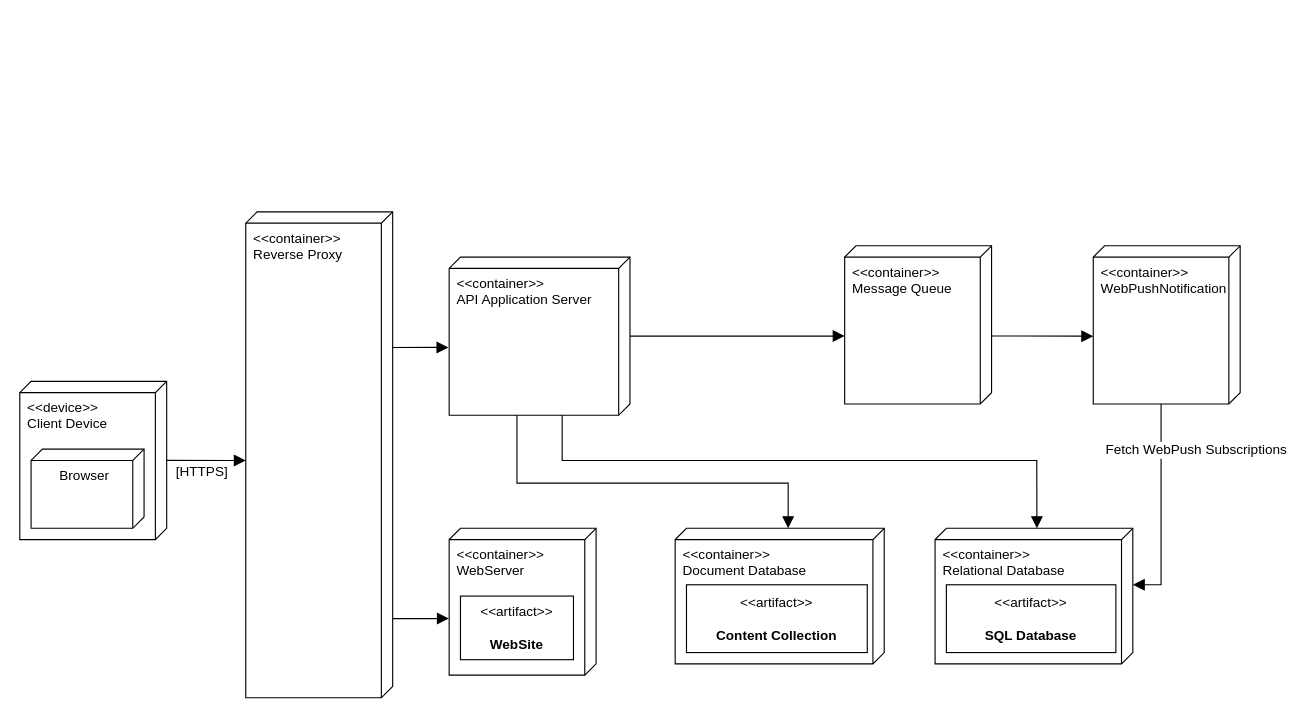
The draw.io diagram page "HDeploymentDiagramUML" (3 of 10) of coffeeBreak.drawio in PI-coffeeBreak/diagrams, before the edit. Source tidied: cells renumbered, new cells numbered last; positions are measured from the earlier drawing's top-left corner, leaving out a move shared by most shapes. Both pictures are drawn from the tidied source at 113%, with x=0, y=0 at pixel (19, 211).
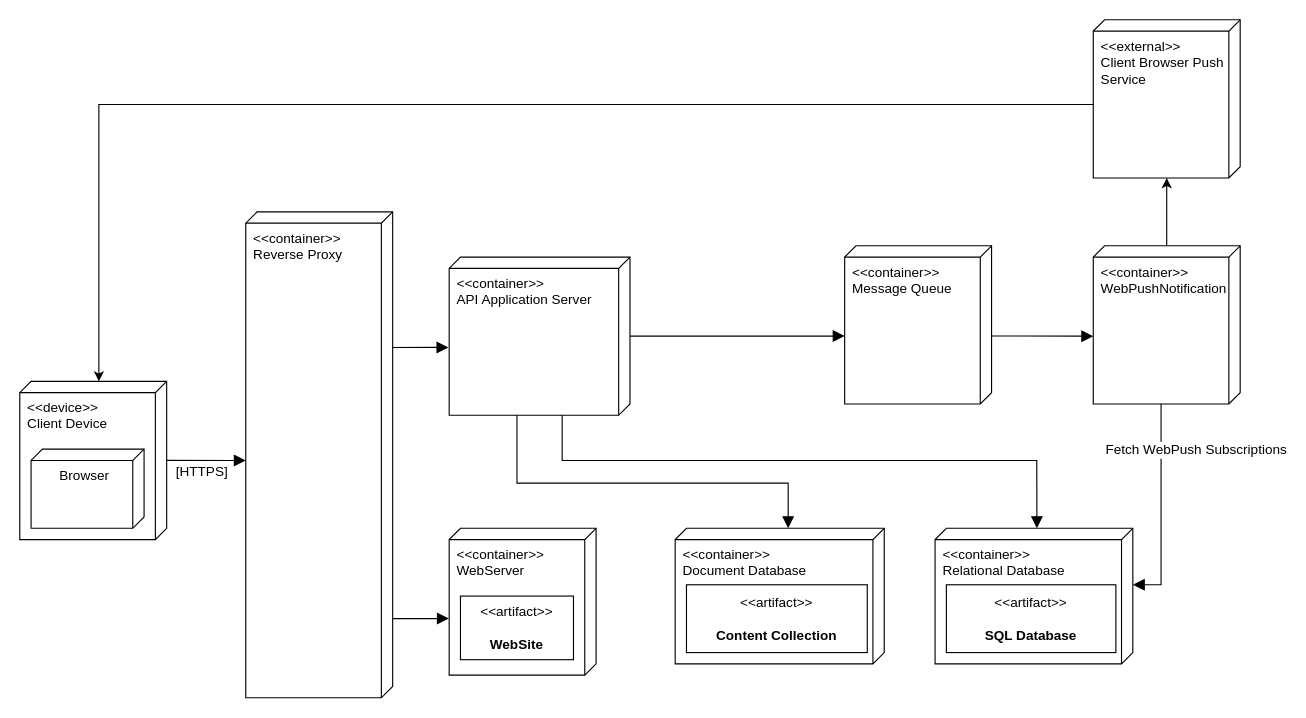
The same diagram, later.

Commit message:
Add client browser push service

The change refers to these unchanged cells:
```xml
<mxCell id="2" value="&amp;lt;&amp;lt;device&amp;gt;&amp;gt;&lt;div align=&quot;left&quot;&gt;Client Device&lt;/div&gt;" style="verticalAlign=top;align=left;shape=cube;size=10;direction=south;fontStyle=0;html=1;boundedLbl=1;spacingLeft=5;whiteSpace=wrap;" parent="1" vertex="1">
  <mxGeometry y="150" width="130" height="140" as="geometry" />
</mxCell>
<mxCell id="10" value="&lt;div&gt;&amp;lt;&amp;lt;container&amp;gt;&amp;gt;&lt;/div&gt;&lt;div&gt;WebPushNotification&lt;/div&gt;" style="verticalAlign=top;align=left;shape=cube;size=10;direction=south;fontStyle=0;html=1;boundedLbl=1;spacingLeft=5;whiteSpace=wrap;" parent="1" vertex="1">
  <mxGeometry x="950" y="30" width="130" height="140" as="geometry" />
</mxCell>
```

The edit, as a diff of the source:
```diff
@@
+    <mxCell id="24" value="&lt;div&gt;&amp;lt;&amp;lt;external&amp;gt;&amp;gt;&lt;/div&gt;&lt;div&gt;Client Browser Push Service&lt;/div&gt;" style="verticalAlign=top;align=left;shape=cube;size=10;direction=south;fontStyle=0;html=1;boundedLbl=1;spacingLeft=5;whiteSpace=wrap;" parent="1" vertex="1">
+      <mxGeometry x="950" y="-170" width="130" height="140" as="geometry" />
+    </mxCell>
+    <mxCell id="25" style="edgeStyle=orthogonalEdgeStyle;rounded=0;jettySize=auto;html=1;exitX=0;exitY=0;exitDx=75;exitDy=130;exitPerimeter=0;entryX=0;entryY=0;entryDx=0;entryDy=60;entryPerimeter=0;" parent="1" edge="1" source="24" target="2">
+      <mxGeometry relative="1" as="geometry" />
+    </mxCell>
+    <mxCell id="26" style="edgeStyle=orthogonalEdgeStyle;rounded=0;jettySize=auto;html=1;entryX=1;entryY=0.5;entryDx=0;entryDy=0;entryPerimeter=0;" parent="1" edge="1" source="10" target="24">
+      <mxGeometry relative="1" as="geometry" />
+    </mxCell>
```
